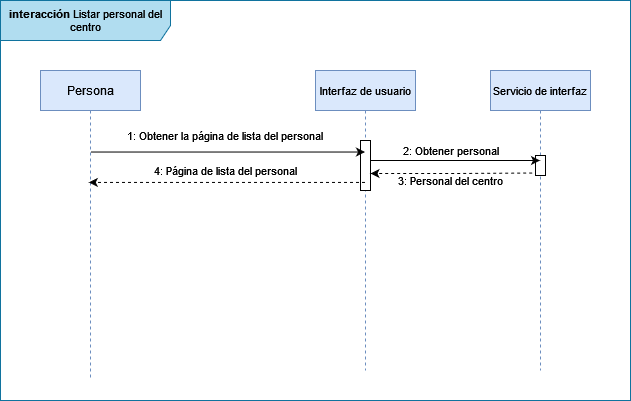
marsamber/proyectoIR keeps this draw.io diagram as figuras/diagramas de secuencia/lista-personal.png. Above is the earlier version. Source tidied: cells renumbered, new cells last; positions are measured from the earlier drawing's top-left corner, leaving out a move shared by most shapes. The source it was exported from:
```xml
<mxGraphModel>
  <root>
    <mxCell id="0" />
    <mxCell id="1" parent="0" />
    <mxCell id="2" value="Persona" style="shape=umlLifeline;perimeter=lifelinePerimeter;rounded=0;shadow=0;strokeWidth=1;fillColor=#dae8fc;strokeColor=#6c8ebf;" parent="1" vertex="1">
      <mxGeometry x="40" y="70" width="100" height="310" as="geometry" />
    </mxCell>
    <mxCell id="3" value="Interfaz de usuario" style="shape=umlLifeline;perimeter=lifelinePerimeter;rounded=0;shadow=0;strokeWidth=1;fontSize=11;fillColor=#dae8fc;strokeColor=#6c8ebf;" parent="1" vertex="1">
      <mxGeometry x="315" y="70" width="100" height="300" as="geometry" />
    </mxCell>
    <mxCell id="4" style="points=[];perimeter=orthogonalPerimeter;rounded=0;shadow=0;strokeWidth=1;" parent="3" vertex="1">
      <mxGeometry x="45" y="70" width="10" height="50" as="geometry" />
    </mxCell>
    <mxCell id="5" value="Servicio de interfaz" style="shape=umlLifeline;perimeter=lifelinePerimeter;rounded=0;shadow=0;strokeWidth=1;fontSize=11;fillColor=#dae8fc;strokeColor=#6c8ebf;" parent="1" vertex="1">
      <mxGeometry x="490" y="70" width="100" height="300" as="geometry" />
    </mxCell>
    <mxCell id="6" style="points=[];perimeter=orthogonalPerimeter;rounded=0;shadow=0;strokeWidth=1;" parent="5" vertex="1">
      <mxGeometry x="45" y="85" width="10" height="20" as="geometry" />
    </mxCell>
    <mxCell id="7" style="endArrow=classic;html=1;rounded=0;fontSize=11;exitX=0.5;exitY=0.263;exitDx=0;exitDy=0;exitPerimeter=0;" parent="1" edge="1" source="2" target="3">
      <mxGeometry relative="1" as="geometry" />
    </mxCell>
    <mxCell id="8" value="1: Obtener la página de lista del personal " style="text;html=1;strokeColor=none;fillColor=none;align=center;verticalAlign=middle;whiteSpace=wrap;rounded=0;fontSize=11;" parent="1" vertex="1">
      <mxGeometry x="90" y="120" width="270" height="30" as="geometry" />
    </mxCell>
    <mxCell id="9" style="endArrow=classic;html=1;rounded=0;fontSize=11;" parent="1" edge="1" source="4" target="5">
      <mxGeometry relative="1" as="geometry">
        <Array as="points">
          <mxPoint x="440" y="160" />
          <mxPoint x="480" y="160" />
        </Array>
      </mxGeometry>
    </mxCell>
    <mxCell id="10" style="endArrow=classic;html=1;rounded=0;fontSize=11;dashed=1;exitX=-0.333;exitY=0.875;exitDx=0;exitDy=0;exitPerimeter=0;" parent="1" edge="1" source="6">
      <mxGeometry relative="1" as="geometry">
        <mxPoint x="370" y="173" as="targetPoint" />
        <Array as="points">
          <mxPoint x="450" y="173" />
        </Array>
      </mxGeometry>
    </mxCell>
    <mxCell id="11" value="2: Obtener personal" style="text;html=1;align=center;verticalAlign=middle;strokeColor=none;fillColor=none;fontSize=11;" parent="1" vertex="1">
      <mxGeometry x="395" y="140" width="110" height="20" as="geometry" />
    </mxCell>
    <mxCell id="12" value="3: Personal del centro" style="text;html=1;align=center;verticalAlign=middle;strokeColor=none;fillColor=none;fontSize=11;" parent="1" vertex="1">
      <mxGeometry x="390" y="170" width="120" height="20" as="geometry" />
    </mxCell>
    <mxCell id="13" style="endArrow=classic;html=1;rounded=0;fontSize=11;entryX=0.483;entryY=0.361;entryDx=0;entryDy=0;entryPerimeter=0;dashed=1;" parent="1" edge="1" source="3" target="2">
      <mxGeometry relative="1" as="geometry" />
    </mxCell>
    <mxCell id="14" value="4: Página de lista del personal" style="text;html=1;align=center;verticalAlign=middle;strokeColor=none;fillColor=none;fontSize=11;" parent="1" vertex="1">
      <mxGeometry x="145" y="160" width="160" height="20" as="geometry" />
    </mxCell>
    <mxCell id="15" value="&lt;b&gt;interacción &lt;/b&gt;Listar personal del centro" style="shape=umlFrame;whiteSpace=wrap;html=1;fontSize=11;width=170;height=40;fillColor=#b1ddf0;strokeColor=#10739e;" parent="1" vertex="1">
      <mxGeometry width="630" height="400" as="geometry" />
    </mxCell>
  </root>
</mxGraphModel>
```
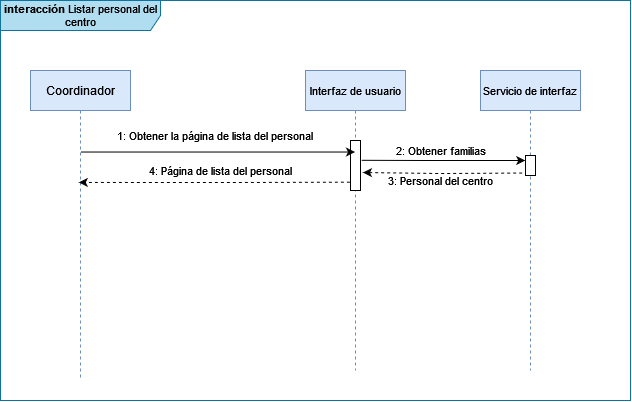
The same diagram one commit later.

The edit, as a diff of the source:
```diff
@@ -2,7 +2,7 @@
   <root>
     <mxCell id="0" />
     <mxCell id="1" parent="0" />
-    <mxCell id="2" value="Persona" style="shape=umlLifeline;perimeter=lifelinePerimeter;rounded=0;shadow=0;strokeWidth=1;fillColor=#dae8fc;strokeColor=#6c8ebf;" parent="1" vertex="1">
+    <mxCell id="2" value="Coordinador" style="shape=umlLifeline;perimeter=lifelinePerimeter;rounded=0;shadow=0;strokeWidth=1;fillColor=#dae8fc;strokeColor=#6c8ebf;" parent="1" vertex="1">
       <mxGeometry x="40" y="70" width="100" height="310" as="geometry" />
     </mxCell>
     <mxCell id="3" value="Interfaz de usuario" style="shape=umlLifeline;perimeter=lifelinePerimeter;rounded=0;shadow=0;strokeWidth=1;fontSize=11;fillColor=#dae8fc;strokeColor=#6c8ebf;" parent="1" vertex="1">
@@ -20,39 +20,43 @@
     <mxCell id="7" style="endArrow=classic;html=1;rounded=0;fontSize=11;exitX=0.5;exitY=0.263;exitDx=0;exitDy=0;exitPerimeter=0;" parent="1" edge="1" source="2" target="3">
       <mxGeometry relative="1" as="geometry" />
     </mxCell>
-    <mxCell id="8" value="1: Obtener la página de lista del personal " style="text;html=1;strokeColor=none;fillColor=none;align=center;verticalAlign=middle;whiteSpace=wrap;rounded=0;fontSize=11;" parent="1" vertex="1">
+    <mxCell id="8" value="1: Obtener la página de lista del personal" style="text;html=1;strokeColor=none;fillColor=none;align=center;verticalAlign=middle;whiteSpace=wrap;rounded=0;fontSize=11;" parent="1" vertex="1">
       <mxGeometry x="90" y="120" width="270" height="30" as="geometry" />
     </mxCell>
-    <mxCell id="9" style="endArrow=classic;html=1;rounded=0;fontSize=11;" parent="1" edge="1" source="4" target="5">
-      <mxGeometry relative="1" as="geometry">
-        <Array as="points">
-          <mxPoint x="440" y="160" />
-          <mxPoint x="480" y="160" />
-        </Array>
-      </mxGeometry>
-    </mxCell>
-    <mxCell id="10" style="endArrow=classic;html=1;rounded=0;fontSize=11;dashed=1;exitX=-0.333;exitY=0.875;exitDx=0;exitDy=0;exitPerimeter=0;" parent="1" edge="1" source="6">
+    <mxCell id="10" style="endArrow=classic;html=1;rounded=0;fontSize=11;dashed=1;exitX=-0.333;exitY=0.875;exitDx=0;exitDy=0;exitPerimeter=0;entryX=1.245;entryY=0.64;entryDx=0;entryDy=0;entryPerimeter=0;" parent="1" edge="1" source="6" target="4">
       <mxGeometry relative="1" as="geometry">
-        <mxPoint x="370" y="173" as="targetPoint" />
         <Array as="points">
           <mxPoint x="450" y="173" />
         </Array>
       </mxGeometry>
     </mxCell>
-    <mxCell id="11" value="2: Obtener personal" style="text;html=1;align=center;verticalAlign=middle;strokeColor=none;fillColor=none;fontSize=11;" parent="1" vertex="1">
+    <mxCell id="11" value="2: Obtener familias" style="text;html=1;align=center;verticalAlign=middle;strokeColor=none;fillColor=none;fontSize=11;" parent="1" vertex="1">
       <mxGeometry x="395" y="140" width="110" height="20" as="geometry" />
     </mxCell>
     <mxCell id="12" value="3: Personal del centro" style="text;html=1;align=center;verticalAlign=middle;strokeColor=none;fillColor=none;fontSize=11;" parent="1" vertex="1">
       <mxGeometry x="390" y="170" width="120" height="20" as="geometry" />
     </mxCell>
-    <mxCell id="13" style="endArrow=classic;html=1;rounded=0;fontSize=11;entryX=0.483;entryY=0.361;entryDx=0;entryDy=0;entryPerimeter=0;dashed=1;" parent="1" edge="1" source="3" target="2">
-      <mxGeometry relative="1" as="geometry" />
+    <mxCell id="13" style="endArrow=classic;html=1;rounded=0;fontSize=11;entryX=0.483;entryY=0.361;entryDx=0;entryDy=0;entryPerimeter=0;dashed=1;exitX=-0.066;exitY=0.833;exitDx=0;exitDy=0;exitPerimeter=0;" parent="1" edge="1" source="4" target="2">
+      <mxGeometry relative="1" as="geometry">
+        <Array as="points">
+          <mxPoint x="230" y="182" />
+        </Array>
+      </mxGeometry>
     </mxCell>
     <mxCell id="14" value="4: Página de lista del personal" style="text;html=1;align=center;verticalAlign=middle;strokeColor=none;fillColor=none;fontSize=11;" parent="1" vertex="1">
-      <mxGeometry x="145" y="160" width="160" height="20" as="geometry" />
+      <mxGeometry x="150" y="160" width="160" height="20" as="geometry" />
     </mxCell>
-    <mxCell id="15" value="&lt;b&gt;interacción &lt;/b&gt;Listar personal del centro" style="shape=umlFrame;whiteSpace=wrap;html=1;fontSize=11;width=170;height=40;fillColor=#b1ddf0;strokeColor=#10739e;" parent="1" vertex="1">
-      <mxGeometry width="630" height="400" as="geometry" />
+    <mxCell id="15" value="&lt;b&gt;interacción &lt;/b&gt;Listar personal del centro" style="shape=umlFrame;whiteSpace=wrap;html=1;fontSize=11;width=160;height=30;fillColor=#b1ddf0;strokeColor=#10739e;" parent="1" vertex="1">
+      <mxGeometry x="10" width="630" height="400" as="geometry" />
     </mxCell>
+    <mxCell id="16" style="endArrow=classic;html=1;rounded=0;fontSize=11;exitX=1.104;exitY=0.396;exitDx=0;exitDy=0;exitPerimeter=0;" parent="1" edge="1" source="4">
+      <mxGeometry relative="1" as="geometry">
+        <mxPoint x="534.7" y="160" as="targetPoint" />
+        <Array as="points">
+          <mxPoint x="435.2" y="160" />
+          <mxPoint x="475.2" y="160" />
+        </Array>
+      </mxGeometry>
+    </mxCell>
   </root>
 </mxGraphModel>
```
